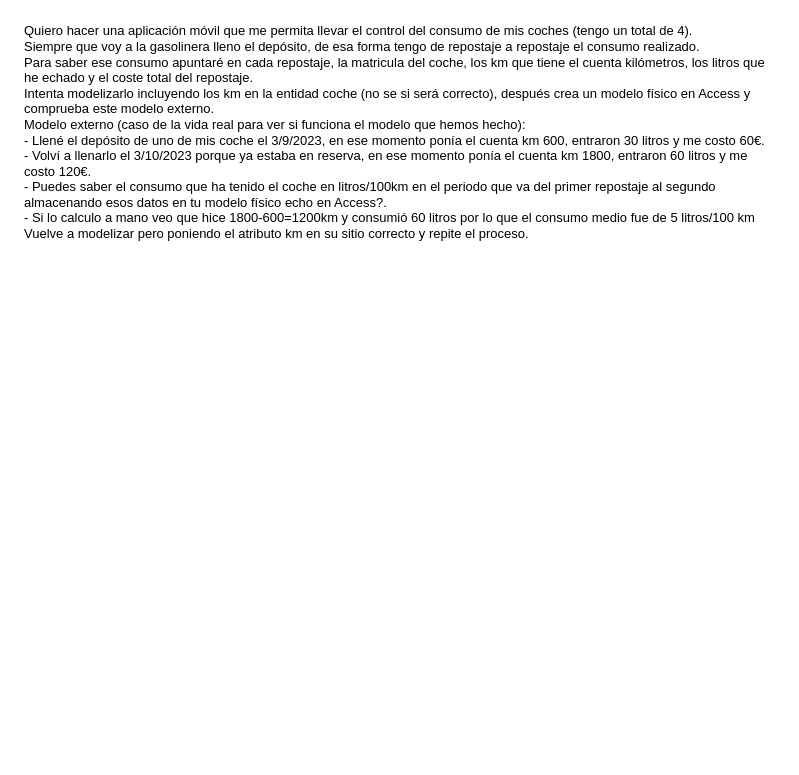
DiEgOfercri/Modelos-BBDD keeps this draw.io diagram as drawio/Ejer4.drawio. Above is the earlier version. Source tidied: cells renumbered, new cells numbered last; positions are measured from the earlier drawing's top-left corner, leaving out a move shared by most shapes. Both pictures are drawn from the tidied source at 100%, with x=0, y=0 at pixel (22, 17).
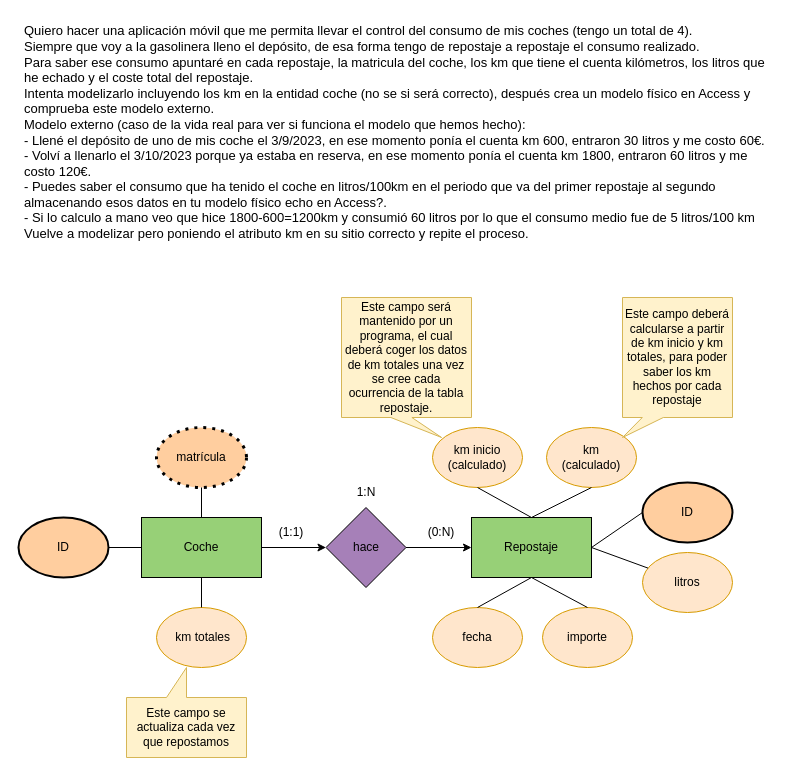
The same diagram, later.

The edit, as a diff of the source:
```diff
@@
+    <mxCell id="3" style="edgeStyle=orthogonalEdgeStyle;rounded=0;jettySize=auto;html=1;exitX=1;exitY=0.5;exitDx=0;exitDy=0;entryX=0;entryY=0.5;entryDx=0;entryDy=0;" parent="1" edge="1" source="4" target="7">
+      <mxGeometry relative="1" as="geometry" />
+    </mxCell>
+    <mxCell id="4" value="Coche" style="rounded=0;whiteSpace=wrap;html=1;fillColor=#97D077;" parent="1" vertex="1">
+      <mxGeometry x="119" y="500" width="120" height="60" as="geometry" />
+    </mxCell>
+    <mxCell id="5" value="Repostaje" style="rounded=0;whiteSpace=wrap;html=1;fillColor=#97D077;" parent="1" vertex="1">
+      <mxGeometry x="449" y="500" width="120" height="60" as="geometry" />
+    </mxCell>
+    <mxCell id="6" style="edgeStyle=orthogonalEdgeStyle;rounded=0;jettySize=auto;html=1;exitX=1;exitY=0.5;exitDx=0;exitDy=0;entryX=0;entryY=0.5;entryDx=0;entryDy=0;" parent="1" edge="1" source="7" target="5">
+      <mxGeometry relative="1" as="geometry" />
+    </mxCell>
+    <mxCell id="7" value="hace" style="rhombus;whiteSpace=wrap;html=1;rounded=0;fillColor=#A680B8;" parent="1" vertex="1">
+      <mxGeometry x="303.5" y="490" width="80" height="80" as="geometry" />
+    </mxCell>
+    <mxCell id="8" value="km&lt;br&gt;(calculado)" style="ellipse;whiteSpace=wrap;html=1;rounded=0;fillColor=#ffe6cc;strokeColor=#d79b00;" parent="1" vertex="1">
+      <mxGeometry x="524" y="410" width="90" height="60" as="geometry" />
+    </mxCell>
+    <mxCell id="9" value="ID" style="ellipse;whiteSpace=wrap;html=1;strokeWidth=2;fontStyle=0;rounded=0;fillColor=#FFCE9F;" parent="1" vertex="1">
+      <mxGeometry x="620" y="465" width="90" height="60" as="geometry" />
+    </mxCell>
+    <mxCell id="10" value="ID" style="ellipse;whiteSpace=wrap;html=1;strokeWidth=2;fontStyle=0;rounded=0;fillColor=#FFCE9F;" parent="1" vertex="1">
+      <mxGeometry x="-4" y="500" width="90" height="60" as="geometry" />
+    </mxCell>
+    <mxCell id="11" value="matrícula" style="ellipse;whiteSpace=wrap;html=1;dashed=1;dashPattern=1 2;strokeWidth=3;rounded=0;fillColor=#FFCE9F;" parent="1" vertex="1">
+      <mxGeometry x="134" y="410" width="90" height="60" as="geometry" />
+    </mxCell>
+    <mxCell id="12" value="litros" style="ellipse;whiteSpace=wrap;html=1;rounded=0;fillColor=#ffe6cc;strokeColor=#d79b00;" parent="1" vertex="1">
+      <mxGeometry x="620" y="535" width="90" height="60" as="geometry" />
+    </mxCell>
+    <mxCell id="13" value="importe" style="ellipse;whiteSpace=wrap;html=1;rounded=0;fillColor=#ffe6cc;strokeColor=#d79b00;" parent="1" vertex="1">
+      <mxGeometry x="520" y="590" width="90" height="60" as="geometry" />
+    </mxCell>
+    <mxCell id="14" value="fecha" style="ellipse;whiteSpace=wrap;html=1;rounded=0;fillColor=#ffe6cc;strokeColor=#d79b00;" parent="1" vertex="1">
+      <mxGeometry x="410" y="590" width="90" height="60" as="geometry" />
+    </mxCell>
+    <mxCell id="15" value="&amp;nbsp;km totales" style="ellipse;whiteSpace=wrap;html=1;rounded=0;fillColor=#ffe6cc;strokeColor=#d79b00;" parent="1" vertex="1">
+      <mxGeometry x="134" y="590" width="90" height="60" as="geometry" />
+    </mxCell>
+    <mxCell id="16" value="km inicio&lt;br&gt;(calculado)" style="ellipse;whiteSpace=wrap;html=1;rounded=0;fillColor=#ffe6cc;strokeColor=#d79b00;" parent="1" vertex="1">
+      <mxGeometry x="410" y="410" width="90" height="60" as="geometry" />
+    </mxCell>
+    <mxCell id="17" style="endArrow=none;html=1;rounded=0;exitX=0.5;exitY=1;exitDx=0;exitDy=0;entryX=0.5;entryY=0;entryDx=0;entryDy=0;" parent="1" edge="1" source="11" target="4">
+      <mxGeometry relative="1" as="geometry" />
+    </mxCell>
+    <mxCell id="18" style="endArrow=none;html=1;rounded=0;exitX=1;exitY=0.5;exitDx=0;exitDy=0;entryX=0;entryY=0.5;entryDx=0;entryDy=0;" parent="1" edge="1" source="10" target="4">
+      <mxGeometry relative="1" as="geometry" />
+    </mxCell>
+    <mxCell id="19" style="endArrow=none;html=1;rounded=0;exitX=0.5;exitY=0;exitDx=0;exitDy=0;entryX=0.5;entryY=1;entryDx=0;entryDy=0;" parent="1" edge="1" source="15" target="4">
+      <mxGeometry relative="1" as="geometry" />
+    </mxCell>
+    <mxCell id="20" style="endArrow=none;html=1;rounded=0;entryX=1;entryY=0.5;entryDx=0;entryDy=0;" parent="1" edge="1" source="12" target="5">
+      <mxGeometry relative="1" as="geometry" />
+    </mxCell>
+    <mxCell id="21" style="endArrow=none;html=1;rounded=0;exitX=0.5;exitY=0;exitDx=0;exitDy=0;entryX=0.5;entryY=1;entryDx=0;entryDy=0;" parent="1" edge="1" source="14" target="5">
+      <mxGeometry relative="1" as="geometry" />
+    </mxCell>
+    <mxCell id="22" style="endArrow=none;html=1;rounded=0;entryX=0.5;entryY=1;entryDx=0;entryDy=0;exitX=0.5;exitY=0;exitDx=0;exitDy=0;" parent="1" edge="1" source="13" target="5">
+      <mxGeometry relative="1" as="geometry" />
+    </mxCell>
+    <mxCell id="23" style="endArrow=none;html=1;rounded=0;entryX=1;entryY=0.5;entryDx=0;entryDy=0;exitX=0;exitY=0.5;exitDx=0;exitDy=0;" parent="1" edge="1" source="9" target="5">
+      <mxGeometry relative="1" as="geometry" />
+    </mxCell>
+    <mxCell id="24" style="endArrow=none;html=1;rounded=0;entryX=0.5;entryY=0;entryDx=0;entryDy=0;exitX=0.5;exitY=1;exitDx=0;exitDy=0;" parent="1" edge="1" source="8" target="5">
+      <mxGeometry relative="1" as="geometry" />
+    </mxCell>
+    <mxCell id="25" style="endArrow=none;html=1;rounded=0;entryX=0.5;entryY=0;entryDx=0;entryDy=0;exitX=0.5;exitY=1;exitDx=0;exitDy=0;" parent="1" edge="1" source="16" target="5">
+      <mxGeometry relative="1" as="geometry" />
+    </mxCell>
+    <mxCell id="26" value="Este campo deberá calcularse a partir de km inicio y km totales, para poder saber los km hechos por cada repostaje" style="shape=callout;whiteSpace=wrap;html=1;perimeter=calloutPerimeter;position2=0;align=center;base=21;size=20;position=0.18;rounded=0;fillColor=#fff2cc;strokeColor=#d6b656;" parent="1" vertex="1">
+      <mxGeometry x="600" y="280" width="110" height="140" as="geometry" />
+    </mxCell>
+    <mxCell id="27" value="Este campo será mantenido por un programa, el cual deberá coger los datos de km totales una vez se cree cada ocurrencia de la tabla repostaje." style="shape=callout;whiteSpace=wrap;html=1;perimeter=calloutPerimeter;position2=0.77;align=center;base=21;size=20;position=0.38;rounded=0;fillColor=#fff2cc;strokeColor=#d6b656;" parent="1" vertex="1">
+      <mxGeometry x="319" y="280" width="130" height="140" as="geometry" />
+    </mxCell>
+    <mxCell id="28" value="Este campo se actualiza cada vez que repostamos" style="shape=callout;whiteSpace=wrap;html=1;perimeter=calloutPerimeter;direction=west;rounded=0;fillColor=#fff2cc;strokeColor=#d6b656;" parent="1" vertex="1">
+      <mxGeometry x="104" y="650" width="120" height="90" as="geometry" />
+    </mxCell>
+    <mxCell id="29" value="(0:N)" style="text;html=1;strokeColor=none;fillColor=none;align=center;verticalAlign=middle;whiteSpace=wrap;rounded=0;" parent="1" vertex="1">
+      <mxGeometry x="389" y="500" width="60" height="30" as="geometry" />
+    </mxCell>
+    <mxCell id="30" value="(1:1)" style="text;html=1;strokeColor=none;fillColor=none;align=center;verticalAlign=middle;whiteSpace=wrap;rounded=0;" parent="1" vertex="1">
+      <mxGeometry x="239" y="500" width="60" height="30" as="geometry" />
+    </mxCell>
+    <mxCell id="31" value="1:N" style="text;html=1;strokeColor=none;fillColor=none;align=center;verticalAlign=middle;whiteSpace=wrap;rounded=0;" parent="1" vertex="1">
+      <mxGeometry x="314" y="460" width="60" height="30" as="geometry" />
+    </mxCell>
```
